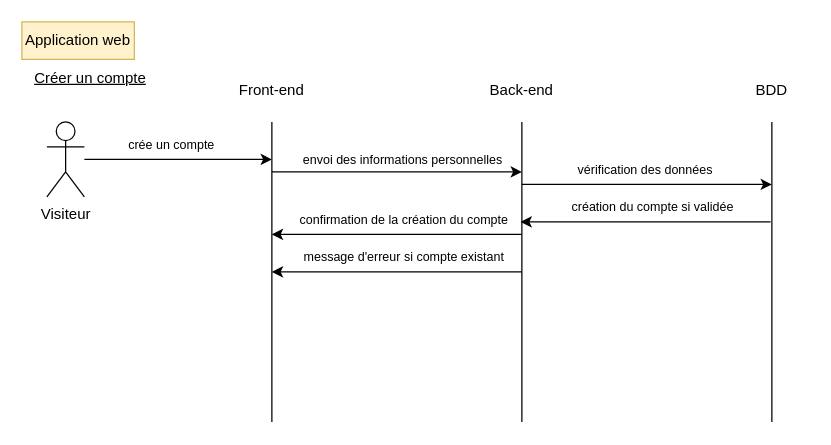
Thifanie/cinephoria keeps this draw.io diagram as sequence_web.drawio. Above is the earlier version. Source tidied: cells renumbered, new cells numbered last; positions are measured from the earlier drawing's top-left corner, leaving out a move shared by most shapes. Both pictures are drawn from the tidied source at 125%, with x=0, y=0 at pixel (21, 21).
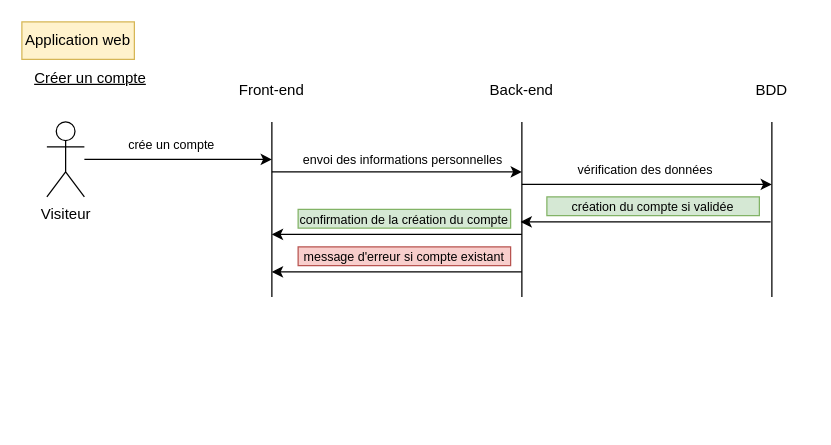
After the change.

Commit message (it also covers changes not shown here):
Mettre à jour sequence_web.drawio

Change to the diagram source:
```diff
@@
     <mxCell id="6" style="endArrow=none;html=1;rounded=0;" parent="1" edge="1">
       <mxGeometry relative="1" as="geometry">
-        <mxPoint x="200" y="320" as="sourcePoint" />
+        <mxPoint x="200" y="220" as="sourcePoint" />
         <mxPoint x="200" y="80" as="targetPoint" />
       </mxGeometry>
     </mxCell>
     <mxCell id="7" style="endArrow=none;html=1;rounded=0;" parent="1" edge="1">
       <mxGeometry relative="1" as="geometry">
-        <mxPoint x="400" y="320" as="sourcePoint" />
+        <mxPoint x="400" y="220" as="sourcePoint" />
         <mxPoint x="400" y="80" as="targetPoint" />
       </mxGeometry>
     </mxCell>
     <mxCell id="8" style="endArrow=none;html=1;rounded=0;" parent="1" edge="1">
       <mxGeometry relative="1" as="geometry">
-        <mxPoint x="600" y="320" as="sourcePoint" />
+        <mxPoint x="600" y="220" as="sourcePoint" />
         <mxPoint x="600" y="80" as="targetPoint" />
       </mxGeometry>
     </mxCell>
@@
-    <mxCell id="17" value="création du compte si validée" style="text;html=1;align=center;verticalAlign=middle;whiteSpace=wrap;rounded=0;fontSize=10;" parent="1" vertex="1">
+    <mxCell id="17" value="création du compte si validée" style="text;html=1;align=center;verticalAlign=middle;whiteSpace=wrap;rounded=0;fontSize=10;fillColor=#d5e8d4;strokeColor=#82b366;" parent="1" vertex="1">
       <mxGeometry x="420" y="140" width="170" height="15" as="geometry" />
     </mxCell>
@@
-    <mxCell id="19" value="confirmation de la création du compte" style="text;html=1;align=center;verticalAlign=middle;whiteSpace=wrap;rounded=0;fontSize=10;" parent="1" vertex="1">
+    <mxCell id="19" value="confirmation de la création du compte" style="text;html=1;align=center;verticalAlign=middle;whiteSpace=wrap;rounded=0;fontSize=10;fillColor=#d5e8d4;strokeColor=#82b366;" parent="1" vertex="1">
       <mxGeometry x="221" y="150" width="170" height="15" as="geometry" />
     </mxCell>
@@
-    <mxCell id="21" value="message d'erreur si compte existant" style="text;html=1;align=center;verticalAlign=middle;whiteSpace=wrap;rounded=0;fontSize=10;" parent="1" vertex="1">
+    <mxCell id="21" value="message d'erreur si compte existant" style="text;html=1;align=center;verticalAlign=middle;whiteSpace=wrap;rounded=0;fontSize=10;fillColor=#f8cecc;strokeColor=#b85450;" parent="1" vertex="1">
       <mxGeometry x="221" y="180" width="170" height="15" as="geometry" />
     </mxCell>
```
